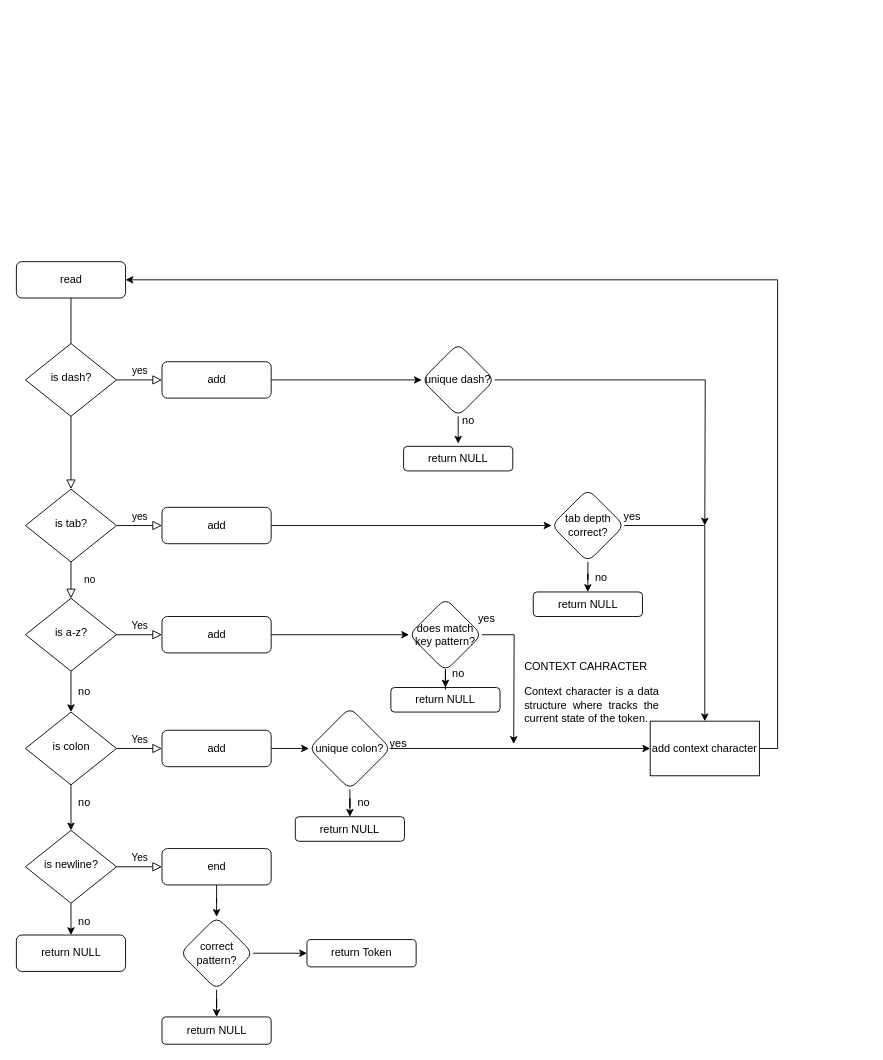
Before: page "lexer state machine" (1 of 2) of Lexer-Parser/ex00/ParserLexer.drawio in lugonzalg/Laboratory, a draw.io diagram. Source tidied: cells renumbered, new cells numbered last; positions are measured from the earlier drawing's top-left corner, leaving out a move shared by most shapes. Both pictures are drawn from the tidied source at 91%, with x=0, y=0 at pixel (16, 261).
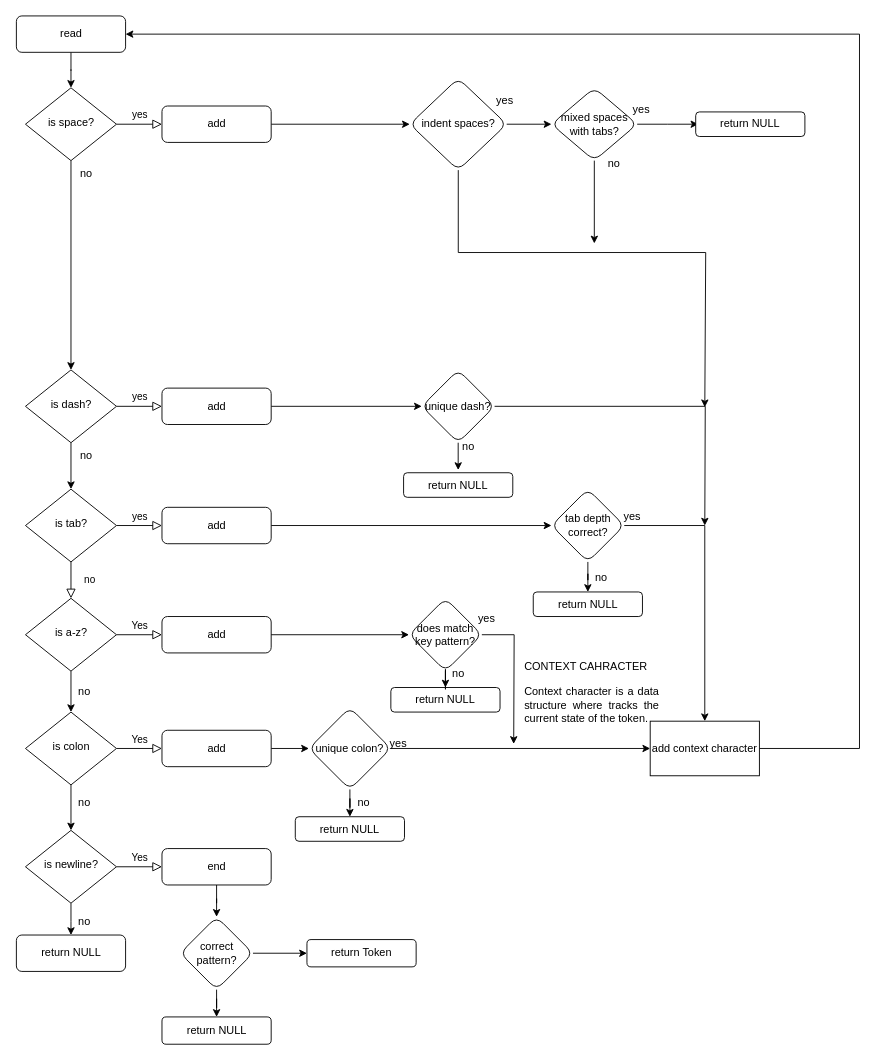
After the change.

Unchanged cells that the change refers to:
```xml
<mxCell id="6" value="is tab?" style="rhombus;whiteSpace=wrap;html=1;shadow=0;fontFamily=Helvetica;fontSize=12;align=center;strokeWidth=1;spacing=6;spacingTop=-4;" parent="1" vertex="1">
  <mxGeometry x="9.5" y="250" width="100" height="80" as="geometry" />
</mxCell>
<mxCell id="39" value="add context character" style="rounded=0;whiteSpace=wrap;html=1;" parent="1" vertex="1">
  <mxGeometry x="696" y="505" width="120" height="60" as="geometry" />
</mxCell>
```

The edit, as a diff of the source:
```diff
@@
-    <mxCell id="2" style="rounded=0;html=1;jettySize=auto;fontSize=11;endArrow=block;endFill=0;endSize=8;strokeWidth=1;shadow=0;labelBackgroundColor=none;edgeStyle=orthogonalEdgeStyle;" parent="1" edge="1" source="3" target="6">
-      <mxGeometry relative="1" as="geometry" />
-    </mxCell>
+    <mxCell id="64" style="edgeStyle=orthogonalEdgeStyle;rounded=0;jettySize=auto;html=1;" parent="1" edge="1" source="3" target="68">
+      <mxGeometry relative="1" as="geometry" />
+    </mxCell>
     <mxCell id="3" value="read" style="rounded=1;whiteSpace=wrap;html=1;fontSize=12;glass=0;strokeWidth=1;shadow=0;" parent="1" vertex="1">
-      <mxGeometry x="-0.5" width="120" height="40" as="geometry" />
+      <mxGeometry x="-0.5" y="-270" width="120" height="40" as="geometry" />
     </mxCell>
@@
     <mxCell id="38" style="edgeStyle=orthogonalEdgeStyle;rounded=0;jettySize=auto;html=1;entryX=1;entryY=0.5;entryDx=0;entryDy=0;" parent="1" edge="1" source="39" target="3">
       <mxGeometry relative="1" as="geometry">
         <Array as="points">
-          <mxPoint x="836" y="535" />
-          <mxPoint x="836" y="20" />
+          <mxPoint x="926" y="535" />
+          <mxPoint x="926" y="-250" />
         </Array>
       </mxGeometry>
     </mxCell>
@@
+    <mxCell id="65" style="edgeStyle=orthogonalEdgeStyle;rounded=0;jettySize=auto;html=1;" parent="1" edge="1" source="56" target="6">
+      <mxGeometry relative="1" as="geometry" />
+    </mxCell>
     <mxCell id="56" value="is dash?" style="rhombus;whiteSpace=wrap;html=1;shadow=0;fontFamily=Helvetica;fontSize=12;align=center;strokeWidth=1;spacing=6;spacingTop=-4;" parent="1" vertex="1">
-      <mxGeometry x="9.5" y="90" width="100" height="80" as="geometry" />
+      <mxGeometry x="9.5" y="119" width="100" height="80" as="geometry" />
     </mxCell>
@@
     <mxCell id="58" value="add" style="rounded=1;whiteSpace=wrap;html=1;fontSize=12;glass=0;strokeWidth=1;shadow=0;" parent="1" vertex="1">
-      <mxGeometry x="159.5" y="110" width="120" height="40" as="geometry" />
+      <mxGeometry x="159.5" y="139" width="120" height="40" as="geometry" />
     </mxCell>
@@
     <mxCell id="60" style="edgeStyle=orthogonalEdgeStyle;rounded=0;jettySize=auto;html=1;" parent="1" edge="1" source="61">
       <mxGeometry relative="1" as="geometry">
-        <mxPoint x="485" y="200" as="targetPoint" />
+        <mxPoint x="485" y="229" as="targetPoint" />
       </mxGeometry>
     </mxCell>
     <mxCell id="61" value="unique dash?" style="rhombus;whiteSpace=wrap;html=1;rounded=1;glass=0;strokeWidth=1;shadow=0;" parent="1" vertex="1">
-      <mxGeometry x="445" y="90" width="80" height="80" as="geometry" />
+      <mxGeometry x="445" y="119" width="80" height="80" as="geometry" />
     </mxCell>
     <mxCell id="62" value="return NULL" style="whiteSpace=wrap;html=1;rounded=1;glass=0;strokeWidth=1;shadow=0;" parent="1" vertex="1">
-      <mxGeometry x="425" y="203" width="120" height="27" as="geometry" />
+      <mxGeometry x="425" y="232" width="120" height="27" as="geometry" />
     </mxCell>
     <mxCell id="63" value="no" style="text;html=1;align=center;verticalAlign=middle;strokeColor=none;fillColor=none;" parent="1" vertex="1">
-      <mxGeometry x="476" y="160" width="40" height="30" as="geometry" />
+      <mxGeometry x="476" y="189" width="40" height="30" as="geometry" />
     </mxCell>
+    <mxCell id="66" value="yes" style="edgeStyle=orthogonalEdgeStyle;rounded=0;html=1;jettySize=auto;fontSize=11;endArrow=block;endFill=0;endSize=8;strokeWidth=1;shadow=0;labelBackgroundColor=none;" parent="1" edge="1" source="68" target="70">
+      <mxGeometry y="10" relative="1" as="geometry" />
+    </mxCell>
+    <mxCell id="67" style="edgeStyle=orthogonalEdgeStyle;rounded=0;jettySize=auto;html=1;entryX=0.5;entryY=0;entryDx=0;entryDy=0;" parent="1" edge="1" source="68" target="56">
+      <mxGeometry relative="1" as="geometry" />
+    </mxCell>
+    <mxCell id="68" value="is space?" style="rhombus;whiteSpace=wrap;html=1;shadow=0;fontFamily=Helvetica;fontSize=12;align=center;strokeWidth=1;spacing=6;spacingTop=-4;" parent="1" vertex="1">
+      <mxGeometry x="9.5" y="-191" width="100" height="80" as="geometry" />
+    </mxCell>
+    <mxCell id="69" style="edgeStyle=orthogonalEdgeStyle;rounded=0;jettySize=auto;html=1;" parent="1" edge="1" source="70" target="74">
+      <mxGeometry relative="1" as="geometry" />
+    </mxCell>
+    <mxCell id="70" value="add" style="rounded=1;whiteSpace=wrap;html=1;fontSize=12;glass=0;strokeWidth=1;shadow=0;" parent="1" vertex="1">
+      <mxGeometry x="159.5" y="-171" width="120" height="40" as="geometry" />
+    </mxCell>
+    <mxCell id="71" value="no" style="text;html=1;align=center;verticalAlign=middle;strokeColor=none;fillColor=none;" parent="1" vertex="1">
+      <mxGeometry x="56" y="-112" width="40" height="30" as="geometry" />
+    </mxCell>
+    <mxCell id="72" value="no" style="text;html=1;align=center;verticalAlign=middle;strokeColor=none;fillColor=none;" parent="1" vertex="1">
+      <mxGeometry x="56" y="198" width="40" height="30" as="geometry" />
+    </mxCell>
+    <mxCell id="73" style="edgeStyle=orthogonalEdgeStyle;rounded=0;jettySize=auto;html=1;" parent="1" edge="1" source="74">
+      <mxGeometry relative="1" as="geometry">
+        <mxPoint x="756" y="160" as="targetPoint" />
+        <Array as="points">
+          <mxPoint x="485" y="-10" />
+          <mxPoint x="757" y="-10" />
+        </Array>
+      </mxGeometry>
+    </mxCell>
+    <mxCell id="74" value="indent spaces?" style="rhombus;whiteSpace=wrap;html=1;rounded=1;glass=0;strokeWidth=1;shadow=0;" parent="1" vertex="1">
+      <mxGeometry x="431.8" y="-201.5" width="106.5" height="101" as="geometry" />
+    </mxCell>
+    <mxCell id="75" value="yes" style="text;html=1;align=center;verticalAlign=middle;strokeColor=none;fillColor=none;" parent="1" vertex="1">
+      <mxGeometry x="516" y="-192" width="40" height="30" as="geometry" />
+    </mxCell>
+    <mxCell id="76" style="edgeStyle=orthogonalEdgeStyle;rounded=0;jettySize=auto;html=1;entryX=0;entryY=0.5;entryDx=0;entryDy=0;" parent="1" edge="1" source="74" target="79">
+      <mxGeometry relative="1" as="geometry" />
+    </mxCell>
+    <mxCell id="77" style="edgeStyle=orthogonalEdgeStyle;rounded=0;jettySize=auto;html=1;" parent="1" edge="1" source="79">
+      <mxGeometry relative="1" as="geometry">
+        <mxPoint x="634.6" y="-20" as="targetPoint" />
+      </mxGeometry>
+    </mxCell>
+    <mxCell id="78" style="edgeStyle=orthogonalEdgeStyle;rounded=0;jettySize=auto;html=1;" parent="1" edge="1" source="79">
+      <mxGeometry relative="1" as="geometry">
+        <mxPoint x="748.9" y="-151" as="targetPoint" />
+      </mxGeometry>
+    </mxCell>
+    <mxCell id="79" value="mixed spaces with tabs?" style="rhombus;whiteSpace=wrap;html=1;rounded=1;glass=0;strokeWidth=1;shadow=0;" parent="1" vertex="1">
+      <mxGeometry x="587.5" y="-191" width="94.2" height="80" as="geometry" />
+    </mxCell>
+    <mxCell id="80" value="yes" style="text;html=1;align=center;verticalAlign=middle;strokeColor=none;fillColor=none;" parent="1" vertex="1">
+      <mxGeometry x="666" y="-182" width="40" height="30" as="geometry" />
+    </mxCell>
+    <mxCell id="81" value="return NULL" style="whiteSpace=wrap;html=1;rounded=1;glass=0;strokeWidth=1;shadow=0;" parent="1" vertex="1">
+      <mxGeometry x="746" y="-164.5" width="120" height="27" as="geometry" />
+    </mxCell>
+    <mxCell id="82" value="&lt;div&gt;no&lt;/div&gt;" style="text;html=1;align=center;verticalAlign=middle;strokeColor=none;fillColor=none;" parent="1" vertex="1">
+      <mxGeometry x="636" y="-122" width="40" height="30" as="geometry" />
+    </mxCell>
```
